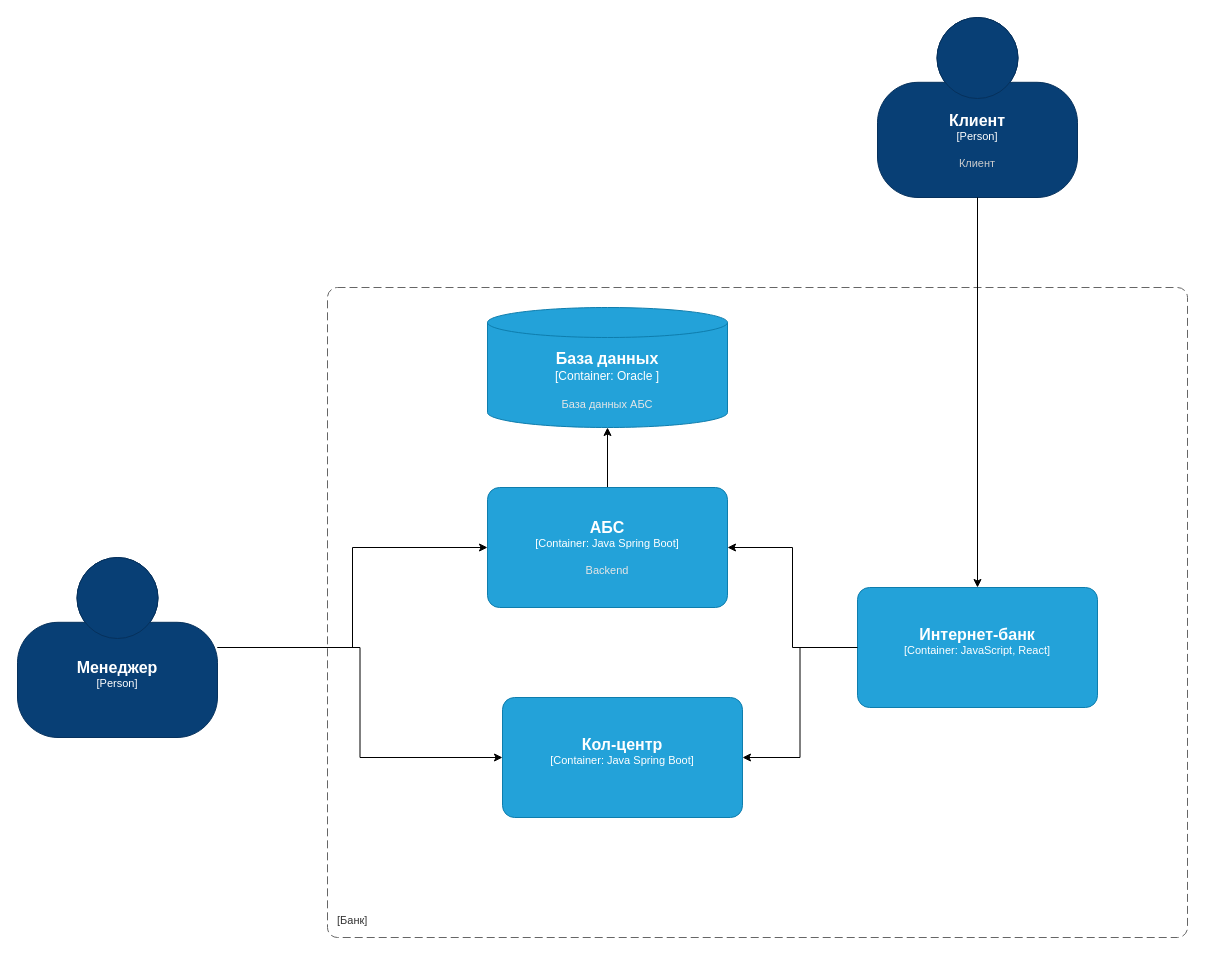
This is Task3/conteiners.drawio from korchalovsky/architecture-standart, a draw.io file, before an edit. Source tidied: cells renumbered, new cells numbered last; positions are measured from the earlier drawing's top-left corner, leaving out a move shared by most shapes. Both pictures are drawn from the tidied source at 100%, with x=0, y=0 at pixel (17, 17).
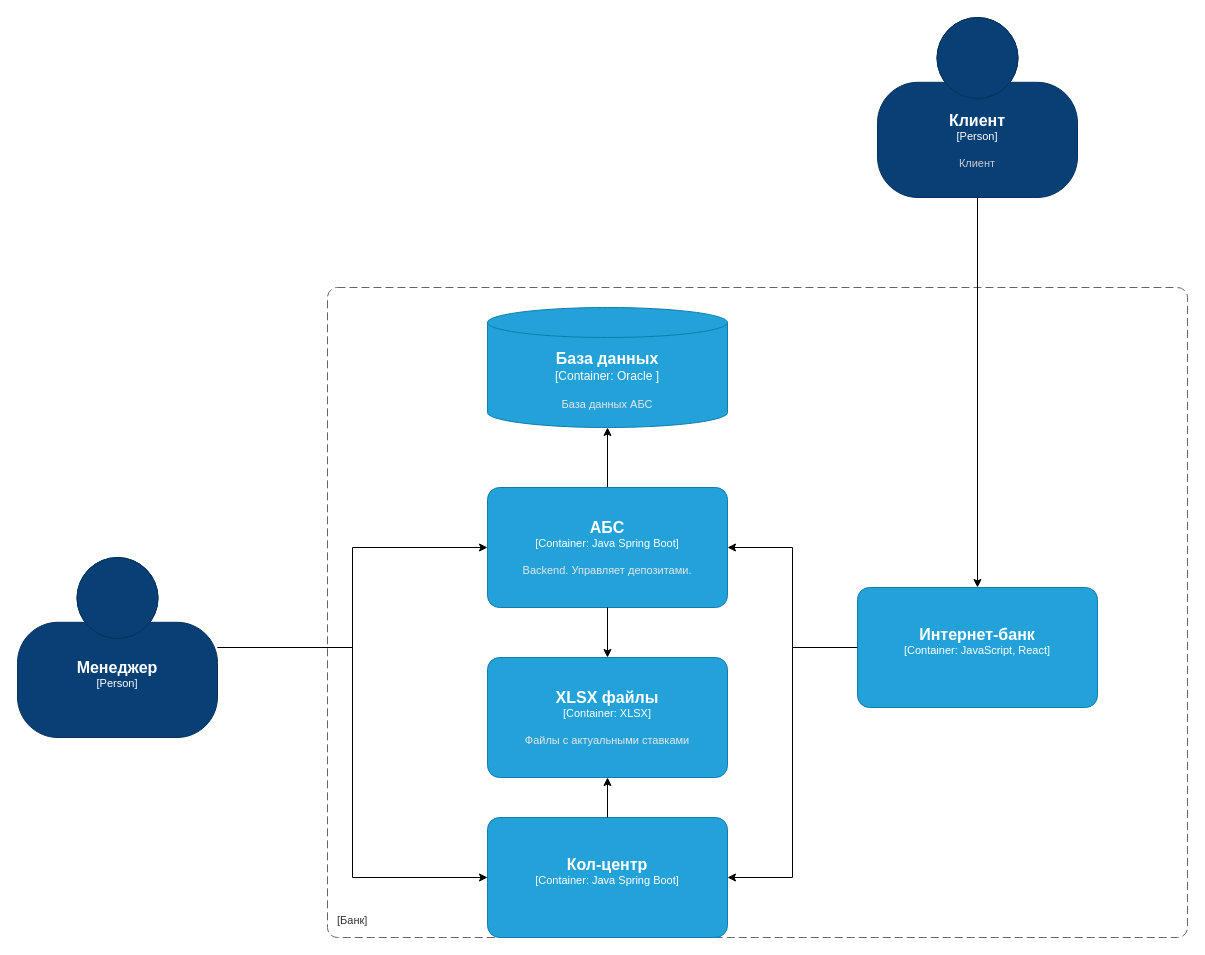
After the change.

The edit, as a diff of the source:
```diff
@@
-    <object id="7" label="&lt;font style=&quot;font-size: 16px&quot;&gt;&lt;b&gt;%c4Name%&lt;/b&gt;&lt;/font&gt;&lt;div&gt;[%c4Type%: %c4Technology%]&lt;/div&gt;&lt;br&gt;&lt;div&gt;&lt;font style=&quot;font-size: 11px&quot;&gt;&lt;font color=&quot;#E6E6E6&quot;&gt;%c4Description%&lt;/font&gt;&lt;/div&gt;" c4Description="Backend" c4Name="АБС" c4Technology="Java Spring Boot" c4Type="Container" placeholders="1">
+    <object id="7" label="&lt;font style=&quot;font-size: 16px&quot;&gt;&lt;b&gt;%c4Name%&lt;/b&gt;&lt;/font&gt;&lt;div&gt;[%c4Type%: %c4Technology%]&lt;/div&gt;&lt;br&gt;&lt;div&gt;&lt;font style=&quot;font-size: 11px&quot;&gt;&lt;font color=&quot;#E6E6E6&quot;&gt;%c4Description%&lt;/font&gt;&lt;/div&gt;" c4Description="Backend. Управляет депозитами." c4Name="АБС" c4Technology="Java Spring Boot" c4Type="Container" placeholders="1">
       <mxCell style="rounded=1;whiteSpace=wrap;html=1;fontSize=11;labelBackgroundColor=none;fillColor=#23A2D9;fontColor=#ffffff;align=center;arcSize=10;strokeColor=#0E7DAD;points=[[0.25,0,0],[0.5,0,0],[0.75,0,0],[1,0.25,0],[1,0.5,0],[1,0.75,0],[0.75,1,0],[0.5,1,0],[0.25,1,0],[0,0.75,0],[0,0.5,0],[0,0.25,0]];" parent="1" vertex="1">
         <mxGeometry x="470" y="470" width="240" height="120" as="geometry" />
       </mxCell>
     </object>
@@
     <object id="9" label="&lt;font style=&quot;font-size: 16px&quot;&gt;&lt;b&gt;%c4Name%&lt;/b&gt;&lt;/font&gt;&lt;div&gt;[%c4Type%: %c4Technology%]&lt;/div&gt;&lt;br&gt;&lt;div&gt;&lt;font style=&quot;font-size: 11px&quot;&gt;&lt;font color=&quot;#E6E6E6&quot;&gt;%c4Description%&lt;/font&gt;&lt;/div&gt;" c4Description="" c4Name="Кол-центр" c4Technology="Java Spring Boot" c4Type="Container" placeholders="1">
       <mxCell style="rounded=1;whiteSpace=wrap;html=1;fontSize=11;labelBackgroundColor=none;fillColor=#23A2D9;fontColor=#ffffff;align=center;arcSize=10;strokeColor=#0E7DAD;points=[[0.25,0,0],[0.5,0,0],[0.75,0,0],[1,0.25,0],[1,0.5,0],[1,0.75,0],[0.75,1,0],[0.5,1,0],[0.25,1,0],[0,0.75,0],[0,0.5,0],[0,0.25,0]];" parent="1" vertex="1">
-        <mxGeometry x="485" y="680" width="240" height="120" as="geometry" />
+        <mxGeometry x="470" y="800" width="240" height="120" as="geometry" />
       </mxCell>
     </object>
@@
+    <object id="15" label="&lt;font style=&quot;font-size: 16px&quot;&gt;&lt;b&gt;%c4Name%&lt;/b&gt;&lt;/font&gt;&lt;div&gt;[%c4Type%: %c4Technology%]&lt;/div&gt;&lt;br&gt;&lt;div&gt;&lt;font style=&quot;font-size: 11px&quot;&gt;&lt;font color=&quot;#E6E6E6&quot;&gt;%c4Description%&lt;/font&gt;&lt;/div&gt;" c4Description="Файлы с актуальными ставками" c4Name="XLSX файлы" c4Technology="XLSX" c4Type="Container" placeholders="1">
+      <mxCell style="rounded=1;whiteSpace=wrap;html=1;fontSize=11;labelBackgroundColor=none;fillColor=#23A2D9;fontColor=#ffffff;align=center;arcSize=10;strokeColor=#0E7DAD;points=[[0.25,0,0],[0.5,0,0],[0.75,0,0],[1,0.25,0],[1,0.5,0],[1,0.75,0],[0.75,1,0],[0.5,1,0],[0.25,1,0],[0,0.75,0],[0,0.5,0],[0,0.25,0]];" parent="1" vertex="1">
+        <mxGeometry x="470" y="640" width="240" height="120" as="geometry" />
+      </mxCell>
+    </object>
+    <mxCell id="16" style="edgeStyle=orthogonalEdgeStyle;rounded=0;jettySize=auto;html=1;entryX=0.5;entryY=0;entryDx=0;entryDy=0;entryPerimeter=0;" parent="1" edge="1" source="7" target="15">
+      <mxGeometry relative="1" as="geometry" />
+    </mxCell>
+    <mxCell id="17" style="edgeStyle=orthogonalEdgeStyle;rounded=0;jettySize=auto;html=1;entryX=0.5;entryY=1;entryDx=0;entryDy=0;entryPerimeter=0;" parent="1" edge="1" source="9" target="15">
+      <mxGeometry relative="1" as="geometry" />
+    </mxCell>
```
